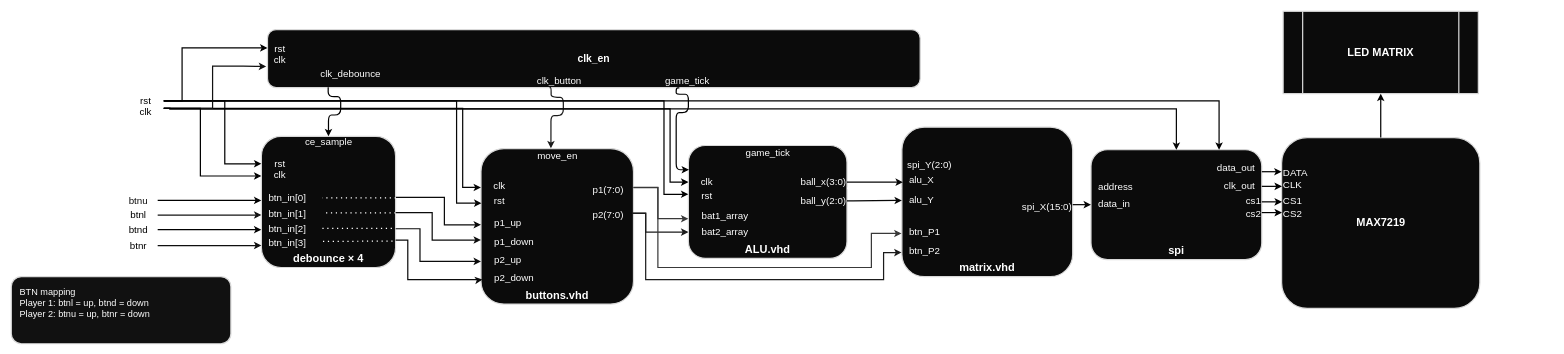
Before: ping_pong_diagram.drawio in laurel124/DE1_Project, a draw.io diagram. Source tidied: cells renumbered, new cells numbered last; positions are measured from the earlier drawing's top-left corner, leaving out a move shared by most shapes. Both pictures are drawn from the tidied source at 61%, with x=0, y=0 at pixel (11, 11).
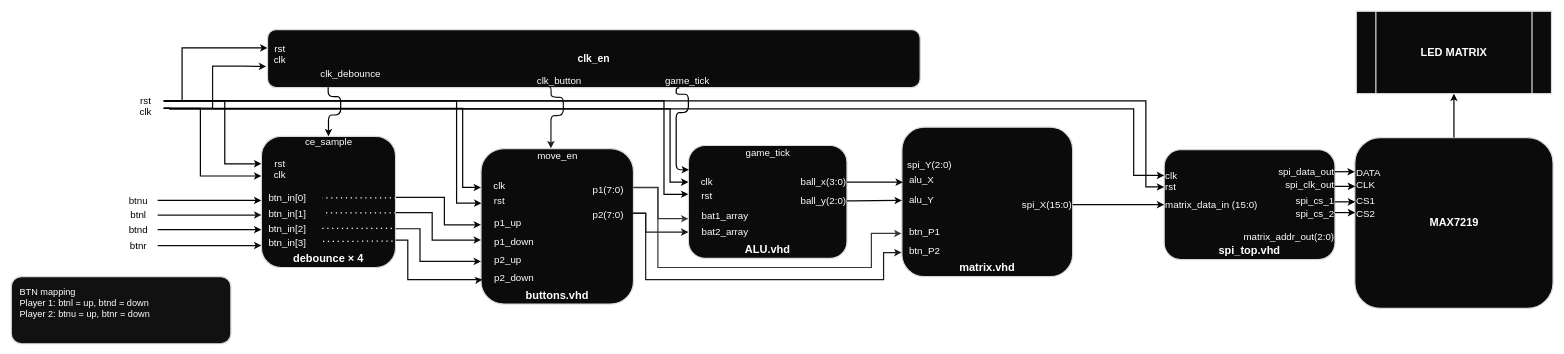
After the change.

Unchanged cells that the change refers to:
```xml
<mxCell id="6" value="matrix.vhd" style="rounded=1;whiteSpace=wrap;html=1;fillColor=#0b0b0b;strokeColor=#d9d9d9;strokeWidth=2;fontSize=18;fontStyle=1;align=center;verticalAlign=bottom;fontColor=#ffffff;" parent="1" vertex="1">
  <mxGeometry x="1460" y="190" width="280" height="245" as="geometry" />
</mxCell>
<mxCell id="11" value="&lt;font style=&quot;color: rgb(0, 0, 0);&quot;&gt;clk&lt;/font&gt;" style="text;html=1;strokeColor=none;fillColor=none;align=center;verticalAlign=middle;fontSize=16;fontColor=#ffffff;" parent="1" vertex="1">
  <mxGeometry x="190" y="153" width="60" height="24" as="geometry" />
</mxCell>
<mxCell id="12" value="&lt;font style=&quot;color: rgb(0, 0, 0);&quot;&gt;rst&lt;/font&gt;" style="text;html=1;strokeColor=none;fillColor=none;align=center;verticalAlign=middle;fontSize=16;fontColor=#ffffff;" parent="1" vertex="1">
  <mxGeometry x="190" y="135" width="60" height="24" as="geometry" />
</mxCell>
```

The edit, as a diff of the source:
```diff
@@
-    <mxCell id="7" value="spi" style="rounded=1;whiteSpace=wrap;html=1;fillColor=#0b0b0b;strokeColor=#d9d9d9;strokeWidth=2;fontSize=18;fontStyle=1;align=center;verticalAlign=bottom;fontColor=#ffffff;" parent="1" vertex="1">
-      <mxGeometry x="1770" y="227" width="280" height="180" as="geometry" />
+    <mxCell id="7" value="spi_top.vhd" style="rounded=1;whiteSpace=wrap;html=1;fillColor=#0b0b0b;strokeColor=#d9d9d9;strokeWidth=2;fontSize=18;fontStyle=1;align=center;verticalAlign=bottom;fontColor=#ffffff;" parent="1" vertex="1">
+      <mxGeometry x="1890" y="227" width="280" height="180" as="geometry" />
     </mxCell>
     <mxCell id="8" value="MAX7219" style="rounded=1;whiteSpace=wrap;html=1;fillColor=#0b0b0b;strokeColor=#d9d9d9;strokeWidth=2;fontSize=18;fontStyle=1;align=center;verticalAlign=middle;fontColor=#ffffff;" parent="1" vertex="1">
-      <mxGeometry x="2082.5" y="207" width="325" height="280" as="geometry" />
+      <mxGeometry x="2202.5" y="207" width="325" height="280" as="geometry" />
     </mxCell>
     <mxCell id="9" value="LED MATRIX" style="shape=process;whiteSpace=wrap;html=1;backgroundOutline=1;strokeColor=#d9d9d9;strokeWidth=2;fillColor=#0b0b0b;fontSize=18;fontStyle=1;fontColor=#ffffff;" parent="1" vertex="1">
-      <mxGeometry x="2085" width="320" height="135" as="geometry" />
+      <mxGeometry x="2205" width="320" height="135" as="geometry" />
     </mxCell>
@@
     <mxCell id="39" value="spi_X(15:0)" style="text;html=1;strokeColor=none;fillColor=none;align=right;verticalAlign=middle;fontSize=16;fontColor=#ffffff;" parent="1" vertex="1">
-      <mxGeometry x="1645" y="310" width="95" height="22" as="geometry" />
+      <mxGeometry x="1645" y="306" width="95" height="22" as="geometry" />
     </mxCell>
-    <mxCell id="40" value="address" style="text;html=1;strokeColor=none;fillColor=none;align=left;verticalAlign=middle;fontSize=16;fontColor=#ffffff;" parent="1" vertex="1">
-      <mxGeometry x="1780" y="277" width="85" height="22" as="geometry" />
+    <mxCell id="40" value="clk" style="text;html=1;strokeColor=none;fillColor=none;align=left;verticalAlign=middle;fontSize=16;fontColor=#ffffff;" parent="1" vertex="1">
+      <mxGeometry x="1890" y="258" width="85" height="22" as="geometry" />
     </mxCell>
-    <mxCell id="41" value="data_in" style="text;html=1;strokeColor=none;fillColor=none;align=left;verticalAlign=middle;fontSize=16;fontColor=#ffffff;" parent="1" vertex="1">
-      <mxGeometry x="1780" y="304" width="85" height="22" as="geometry" />
+    <mxCell id="41" value="matrix_data_in (15:0)&amp;nbsp;" style="text;html=1;strokeColor=none;fillColor=none;align=left;verticalAlign=middle;fontSize=16;fontColor=#ffffff;" parent="1" vertex="1">
+      <mxGeometry x="1890" y="306" width="85" height="22" as="geometry" />
     </mxCell>
-    <mxCell id="42" value="data_out" style="text;html=1;strokeColor=none;fillColor=none;align=right;verticalAlign=middle;fontSize=16;fontColor=#ffffff;" parent="1" vertex="1">
-      <mxGeometry x="1965" y="245" width="75" height="22" as="geometry" />
+    <mxCell id="42" value="spi_data_out" style="text;html=1;strokeColor=none;fillColor=none;align=right;verticalAlign=middle;fontSize=16;fontColor=#ffffff;" parent="1" vertex="1">
+      <mxGeometry x="2095" y="252" width="75" height="22" as="geometry" />
     </mxCell>
-    <mxCell id="43" value="clk_out" style="text;html=1;strokeColor=none;fillColor=none;align=right;verticalAlign=middle;fontSize=16;fontColor=#ffffff;" parent="1" vertex="1">
-      <mxGeometry x="1965" y="275" width="75" height="22" as="geometry" />
+    <mxCell id="43" value="spi_clk_out" style="text;html=1;strokeColor=none;fillColor=none;align=right;verticalAlign=middle;fontSize=16;fontColor=#ffffff;" parent="1" vertex="1">
+      <mxGeometry x="2095" y="274" width="75" height="22" as="geometry" />
     </mxCell>
-    <mxCell id="44" value="cs1" style="text;html=1;strokeColor=none;fillColor=none;align=right;verticalAlign=middle;fontSize=16;fontColor=#ffffff;" parent="1" vertex="1">
-      <mxGeometry x="1975" y="300" width="75" height="22" as="geometry" />
+    <mxCell id="44" value="spi_cs_1" style="text;html=1;strokeColor=none;fillColor=none;align=right;verticalAlign=middle;fontSize=16;fontColor=#ffffff;" parent="1" vertex="1">
+      <mxGeometry x="2095" y="300" width="75" height="22" as="geometry" />
     </mxCell>
-    <mxCell id="45" value="cs2" style="text;html=1;strokeColor=none;fillColor=none;align=right;verticalAlign=middle;fontSize=16;fontColor=#ffffff;" parent="1" vertex="1">
-      <mxGeometry x="1975" y="320" width="75" height="22" as="geometry" />
+    <mxCell id="45" value="spi_cs_2" style="text;html=1;strokeColor=none;fillColor=none;align=right;verticalAlign=middle;fontSize=16;fontColor=#ffffff;" parent="1" vertex="1">
+      <mxGeometry x="2095" y="320" width="75" height="22" as="geometry" />
     </mxCell>
     <mxCell id="46" value="DATA" style="text;html=1;strokeColor=none;fillColor=none;align=left;verticalAlign=middle;fontSize=16;fontColor=#ffffff;" parent="1" vertex="1">
-      <mxGeometry x="2082.5" y="253" width="70" height="22" as="geometry" />
+      <mxGeometry x="2202.5" y="253" width="70" height="22" as="geometry" />
     </mxCell>
     <mxCell id="47" value="CLK" style="text;html=1;strokeColor=none;fillColor=none;align=left;verticalAlign=middle;fontSize=16;fontColor=#ffffff;" parent="1" vertex="1">
-      <mxGeometry x="2082.5" y="274" width="70" height="22" as="geometry" />
+      <mxGeometry x="2202.5" y="274" width="70" height="22" as="geometry" />
     </mxCell>
     <mxCell id="48" value="CS1" style="text;html=1;strokeColor=none;fillColor=none;align=left;verticalAlign=middle;fontSize=16;fontColor=#ffffff;" parent="1" vertex="1">
-      <mxGeometry x="2082.5" y="300" width="70" height="22" as="geometry" />
+      <mxGeometry x="2202.5" y="300" width="70" height="22" as="geometry" />
     </mxCell>
     <mxCell id="49" value="CS2" style="text;html=1;strokeColor=none;fillColor=none;align=left;verticalAlign=middle;fontSize=16;fontColor=#ffffff;" parent="1" vertex="1">
-      <mxGeometry x="2082.5" y="320" width="70" height="22" as="geometry" />
+      <mxGeometry x="2202.5" y="320" width="70" height="22" as="geometry" />
     </mxCell>
-    <mxCell id="50" style="edgeStyle=orthogonalEdgeStyle;rounded=0;jettySize=auto;html=1;strokeColor=#070707;strokeWidth=2;endArrow=classic;endFill=1;entryX=0.5;entryY=0;entryDx=0;entryDy=0;exitX=1;exitY=0.25;exitDx=0;exitDy=0;" parent="1" edge="1" source="11" target="7">
+    <mxCell id="50" style="edgeStyle=orthogonalEdgeStyle;rounded=0;jettySize=auto;html=1;strokeColor=#070707;strokeWidth=2;endArrow=classic;endFill=1;exitX=1;exitY=0.25;exitDx=0;exitDy=0;entryX=0;entryY=0.5;entryDx=0;entryDy=0;" parent="1" edge="1" source="11" target="40">
       <mxGeometry relative="1" as="geometry">
         <Array as="points">
-          <mxPoint x="260" y="160" />
-          <mxPoint x="1910" y="160" />
+          <mxPoint x="260" y="159" />
+          <mxPoint x="1840" y="160" />
+          <mxPoint x="1840" y="269" />
         </Array>
       </mxGeometry>
     </mxCell>
-    <mxCell id="51" style="edgeStyle=orthogonalEdgeStyle;rounded=0;jettySize=auto;html=1;strokeColor=#000000;strokeWidth=2;endArrow=classic;endFill=1;entryX=0.75;entryY=0;entryDx=0;entryDy=0;exitX=1;exitY=0.5;exitDx=0;exitDy=0;" parent="1" edge="1" source="12" target="7">
-      <mxGeometry relative="1" as="geometry" />
+    <mxCell id="51" style="edgeStyle=orthogonalEdgeStyle;rounded=0;jettySize=auto;html=1;strokeColor=#000000;strokeWidth=2;endArrow=classic;endFill=1;entryX=0;entryY=0.5;entryDx=0;entryDy=0;exitX=1;exitY=0.5;exitDx=0;exitDy=0;" parent="1" edge="1" source="12" target="99">
+      <mxGeometry relative="1" as="geometry">
+        <Array as="points">
+          <mxPoint x="1860" y="147" />
+          <mxPoint x="1860" y="288" />
+        </Array>
+      </mxGeometry>
     </mxCell>
@@
-    <mxCell id="61" style="edgeStyle=orthogonalEdgeStyle;rounded=0;jettySize=auto;html=1;strokeColor=#070707;strokeWidth=2;endArrow=classic;endFill=1;" parent="1" edge="1" source="6" target="7">
+    <mxCell id="61" style="edgeStyle=orthogonalEdgeStyle;rounded=0;jettySize=auto;html=1;strokeColor=#070707;strokeWidth=2;endArrow=classic;endFill=1;entryX=0;entryY=0.5;entryDx=0;entryDy=0;" parent="1" edge="1" source="6" target="41">
       <mxGeometry relative="1" as="geometry">
         <Array as="points">
           <mxPoint x="1750" y="317" />
           <mxPoint x="1750" y="317" />
         </Array>
       </mxGeometry>
     </mxCell>
     <mxCell id="62" style="edgeStyle=orthogonalEdgeStyle;rounded=0;orthogonalLoop=1;jettySize=auto;html=1;strokeColor=#000000;strokeWidth=2;endArrow=classic;endFill=1;" parent="1" edge="1">
       <mxGeometry relative="1" as="geometry">
-        <mxPoint x="2050" y="263" as="sourcePoint" />
-        <mxPoint x="2082.5" y="263" as="targetPoint" />
+        <mxPoint x="2170" y="263" as="sourcePoint" />
+        <mxPoint x="2202.5" y="263" as="targetPoint" />
         <Array as="points">
-          <mxPoint x="2070" y="263" />
-          <mxPoint x="2070" y="263" />
+          <mxPoint x="2190" y="263" />
+          <mxPoint x="2190" y="263" />
         </Array>
       </mxGeometry>
     </mxCell>
@@
     <mxCell id="96" style="edgeStyle=orthogonalEdgeStyle;rounded=0;orthogonalLoop=1;jettySize=auto;html=1;strokeColor=#000000;strokeWidth=2;endArrow=classic;endFill=1;" parent="1" edge="1">
       <mxGeometry relative="1" as="geometry">
-        <mxPoint x="2050" y="287" as="sourcePoint" />
-        <mxPoint x="2083" y="287" as="targetPoint" />
+        <mxPoint x="2170" y="287" as="sourcePoint" />
+        <mxPoint x="2203" y="287" as="targetPoint" />
         <Array as="points">
-          <mxPoint x="2070" y="287" />
-          <mxPoint x="2070" y="287" />
+          <mxPoint x="2190" y="287" />
+          <mxPoint x="2190" y="287" />
         </Array>
       </mxGeometry>
     </mxCell>
     <mxCell id="97" style="edgeStyle=orthogonalEdgeStyle;rounded=0;orthogonalLoop=1;jettySize=auto;html=1;strokeColor=#000000;strokeWidth=2;endArrow=classic;endFill=1;" parent="1" edge="1">
       <mxGeometry relative="1" as="geometry">
-        <mxPoint x="2050" y="312.4" as="sourcePoint" />
-        <mxPoint x="2083" y="312.4" as="targetPoint" />
+        <mxPoint x="2170" y="312.4" as="sourcePoint" />
+        <mxPoint x="2203" y="312.4" as="targetPoint" />
         <Array as="points">
-          <mxPoint x="2070" y="312.4" />
-          <mxPoint x="2070" y="312.4" />
+          <mxPoint x="2190" y="312.4" />
+          <mxPoint x="2190" y="312.4" />
         </Array>
       </mxGeometry>
     </mxCell>
     <mxCell id="98" style="edgeStyle=orthogonalEdgeStyle;rounded=0;orthogonalLoop=1;jettySize=auto;html=1;strokeColor=#000000;strokeWidth=2;endArrow=classic;endFill=1;" parent="1" edge="1">
       <mxGeometry relative="1" as="geometry">
-        <mxPoint x="2050" y="330" as="sourcePoint" />
-        <mxPoint x="2083" y="330" as="targetPoint" />
+        <mxPoint x="2170" y="330" as="sourcePoint" />
+        <mxPoint x="2203" y="330" as="targetPoint" />
         <Array as="points">
-          <mxPoint x="2070" y="330" />
-          <mxPoint x="2070" y="330" />
+          <mxPoint x="2190" y="330" />
+          <mxPoint x="2190" y="330" />
         </Array>
       </mxGeometry>
     </mxCell>
+    <mxCell id="99" value="rst" style="text;html=1;strokeColor=none;fillColor=none;align=left;verticalAlign=middle;fontSize=16;fontColor=#ffffff;" parent="1" vertex="1">
+      <mxGeometry x="1890" y="277" width="85" height="22" as="geometry" />
+    </mxCell>
+    <mxCell id="100" value="matrix_addr_out(2:0)" style="text;html=1;strokeColor=none;fillColor=none;align=right;verticalAlign=middle;fontSize=16;fontColor=#ffffff;" parent="1" vertex="1">
+      <mxGeometry x="2095" y="358" width="75" height="22" as="geometry" />
+    </mxCell>
```
